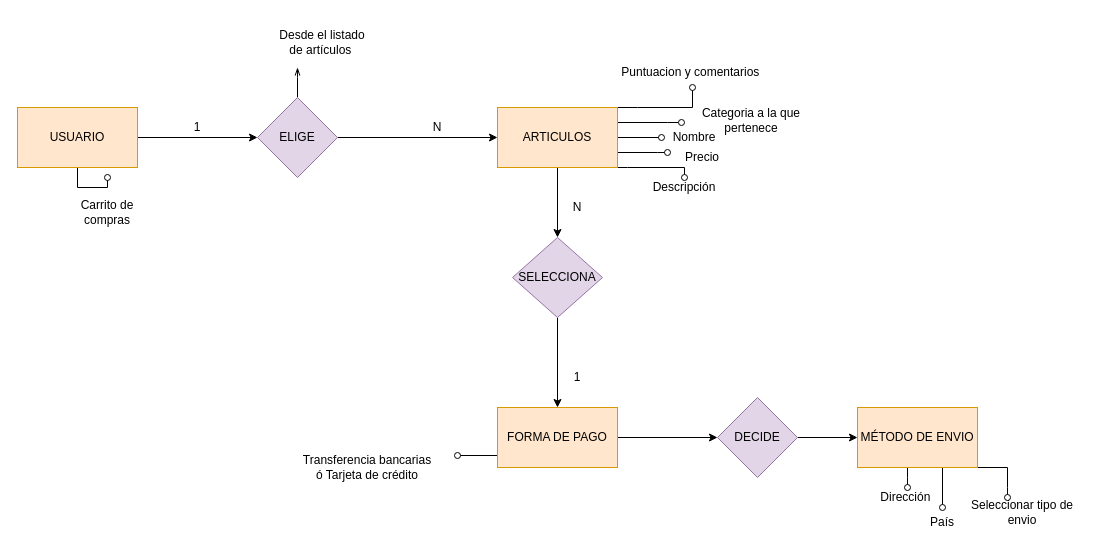
maytediaz98/trabajo-grupal keeps this draw.io diagram as Untitled Diagram.drawio. Above is the earlier version. Source tidied: cells renumbered, new cells numbered last; positions are measured from the earlier drawing's top-left corner, leaving out a move shared by most shapes. Both pictures are drawn from the tidied source at 100%, with x=0, y=0 at pixel (17, 17).
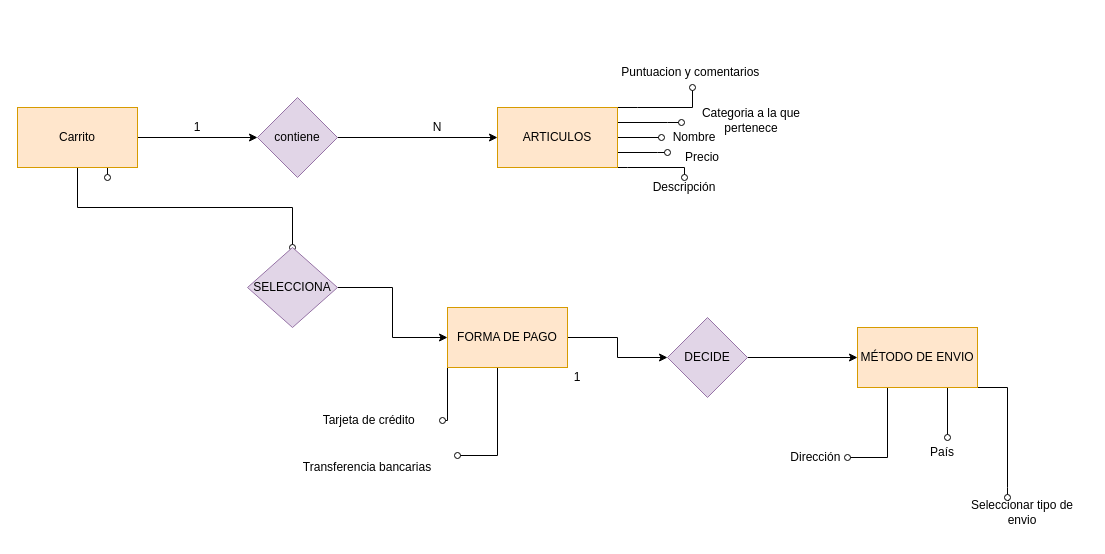
The same diagram, later.

Unchanged cells that the change refers to:
```xml
<mxCell id="14" value="ARTICULOS" style="whiteSpace=wrap;html=1;rounded=0;fillColor=#ffe6cc;strokeColor=#d79b00;" parent="1" vertex="1">
  <mxGeometry x="480" y="90" width="120" height="60" as="geometry" />
</mxCell>
```

The edit, as a diff of the source:
```diff
@@
-    <mxCell id="3" style="edgeStyle=orthogonalEdgeStyle;rounded=0;jettySize=auto;html=1;exitX=0.5;exitY=1;exitDx=0;exitDy=0;endArrow=oval;endFill=0;" parent="1" edge="1" source="4" target="31">
-      <mxGeometry relative="1" as="geometry" />
+    <mxCell id="3" style="edgeStyle=orthogonalEdgeStyle;rounded=0;jettySize=auto;html=1;exitX=0.5;exitY=1;exitDx=0;exitDy=0;endArrow=oval;endFill=0;" parent="1" edge="1" source="4">
+      <mxGeometry relative="1" as="geometry">
+        <mxPoint x="90" y="160" as="targetPoint" />
+      </mxGeometry>
     </mxCell>
+    <mxCell id="41" style="edgeStyle=orthogonalEdgeStyle;rounded=0;jettySize=auto;html=1;exitX=0.5;exitY=1;exitDx=0;exitDy=0;endArrow=oval;endFill=0;" parent="1" edge="1" source="4" target="16">
+      <mxGeometry relative="1" as="geometry" />
+    </mxCell>
-    <mxCell id="4" value="USUARIO" style="rounded=0;whiteSpace=wrap;html=1;fillColor=#ffe6cc;strokeColor=#d79b00;" parent="1" vertex="1">
+    <mxCell id="4" value="Carrito" style="rounded=0;whiteSpace=wrap;html=1;fillColor=#ffe6cc;strokeColor=#d79b00;" parent="1" vertex="1">
       <mxGeometry y="90" width="120" height="60" as="geometry" />
     </mxCell>
@@
-    <mxCell id="6" style="edgeStyle=orthogonalEdgeStyle;rounded=0;jettySize=auto;html=1;exitX=0.5;exitY=0;exitDx=0;exitDy=0;endArrow=openThin;endFill=0;" parent="1" edge="1" source="7" target="36">
-      <mxGeometry relative="1" as="geometry">
-        <Array as="points">
-          <mxPoint x="280" y="60" />
-          <mxPoint x="280" y="60" />
-        </Array>
-      </mxGeometry>
-    </mxCell>
-    <mxCell id="7" value="ELIGE" style="rhombus;whiteSpace=wrap;html=1;rounded=0;fillColor=#e1d5e7;strokeColor=#9673a6;" parent="1" vertex="1">
+    <mxCell id="7" value="contiene" style="rhombus;whiteSpace=wrap;html=1;rounded=0;fillColor=#e1d5e7;strokeColor=#9673a6;" parent="1" vertex="1">
       <mxGeometry x="240" y="80" width="80" height="80" as="geometry" />
     </mxCell>
-    <mxCell id="8" style="edgeStyle=orthogonalEdgeStyle;rounded=0;jettySize=auto;html=1;" parent="1" edge="1" source="14" target="16">
-      <mxGeometry relative="1" as="geometry" />
-    </mxCell>
@@
     <mxCell id="16" value="SELECCIONA&lt;br&gt;" style="rhombus;whiteSpace=wrap;html=1;rounded=0;fillColor=#e1d5e7;strokeColor=#9673a6;" parent="1" vertex="1">
-      <mxGeometry x="495" y="220" width="90" height="80" as="geometry" />
+      <mxGeometry x="230" y="230" width="90" height="80" as="geometry" />
     </mxCell>
@@
+    <mxCell id="42" style="edgeStyle=orthogonalEdgeStyle;rounded=0;jettySize=auto;html=1;exitX=0;exitY=0.25;exitDx=0;exitDy=0;endArrow=oval;endFill=0;" parent="1" edge="1" source="19" target="43">
+      <mxGeometry relative="1" as="geometry">
+        <Array as="points">
+          <mxPoint x="430" y="403" />
+        </Array>
+      </mxGeometry>
+    </mxCell>
     <mxCell id="19" value="FORMA DE PAGO" style="whiteSpace=wrap;html=1;rounded=0;fillColor=#ffe6cc;strokeColor=#d79b00;" parent="1" vertex="1">
-      <mxGeometry x="480" y="390" width="120" height="60" as="geometry" />
+      <mxGeometry x="430" y="290" width="120" height="60" as="geometry" />
     </mxCell>
@@
     <mxCell id="21" value="DECIDE" style="rhombus;whiteSpace=wrap;html=1;rounded=0;fillColor=#e1d5e7;strokeColor=#9673a6;" parent="1" vertex="1">
-      <mxGeometry x="700" y="380" width="80" height="80" as="geometry" />
+      <mxGeometry x="650" y="300" width="80" height="80" as="geometry" />
     </mxCell>
     <mxCell id="22" style="edgeStyle=orthogonalEdgeStyle;rounded=0;jettySize=auto;html=1;exitX=0.25;exitY=1;exitDx=0;exitDy=0;endArrow=oval;endFill=0;" parent="1" edge="1" source="25" target="33">
       <mxGeometry relative="1" as="geometry">
         <Array as="points">
-          <mxPoint x="890" y="460" />
-          <mxPoint x="890" y="460" />
+          <mxPoint x="870" y="440" />
         </Array>
       </mxGeometry>
     </mxCell>
@@
     <mxCell id="25" value="MÉTODO DE ENVIO" style="whiteSpace=wrap;html=1;rounded=0;fillColor=#ffe6cc;strokeColor=#d79b00;" parent="1" vertex="1">
-      <mxGeometry x="840" y="390" width="120" height="60" as="geometry" />
+      <mxGeometry x="840" y="310" width="120" height="60" as="geometry" />
     </mxCell>
@@
-    <mxCell id="31" value="Carrito de compras" style="text;html=1;strokeColor=none;fillColor=none;align=center;verticalAlign=middle;whiteSpace=wrap;rounded=0;" parent="1" vertex="1">
-      <mxGeometry x="40" y="160" width="100" height="70" as="geometry" />
-    </mxCell>
-    <mxCell id="32" value="Transferencia bancarias&lt;br&gt;ó Tarjeta de crédito" style="text;html=1;strokeColor=none;fillColor=none;align=center;verticalAlign=middle;whiteSpace=wrap;rounded=0;" parent="1" vertex="1">
+    <mxCell id="32" value="Transferencia bancarias&lt;br&gt;" style="text;html=1;strokeColor=none;fillColor=none;align=center;verticalAlign=middle;whiteSpace=wrap;rounded=0;" parent="1" vertex="1">
       <mxGeometry x="260" y="430" width="180" height="40" as="geometry" />
     </mxCell>
     <mxCell id="33" value="Dirección&amp;nbsp;" style="text;html=1;strokeColor=none;fillColor=none;align=center;verticalAlign=middle;whiteSpace=wrap;rounded=0;" parent="1" vertex="1">
-      <mxGeometry x="860" y="470" width="60" height="20" as="geometry" />
+      <mxGeometry x="770" y="430" width="60" height="20" as="geometry" />
     </mxCell>
     <mxCell id="34" value="País" style="text;html=1;strokeColor=none;fillColor=none;align=center;verticalAlign=middle;whiteSpace=wrap;rounded=0;" parent="1" vertex="1">
-      <mxGeometry x="900" y="490" width="50" height="30" as="geometry" />
+      <mxGeometry x="900" y="420" width="50" height="30" as="geometry" />
     </mxCell>
@@
-    <mxCell id="36" value="Desde el listado de artículos&amp;nbsp;" style="text;html=1;strokeColor=none;fillColor=none;align=center;verticalAlign=middle;whiteSpace=wrap;rounded=0;" parent="1" vertex="1">
-      <mxGeometry x="260" width="90" height="50" as="geometry" />
-    </mxCell>
@@
-    <mxCell id="39" value="N" style="text;html=1;strokeColor=none;fillColor=none;align=center;verticalAlign=middle;whiteSpace=wrap;rounded=0;" parent="1" vertex="1">
-      <mxGeometry x="540" y="180" width="40" height="20" as="geometry" />
-    </mxCell>
@@
+    <mxCell id="43" value="&amp;nbsp;Tarjeta de crédito" style="text;html=1;strokeColor=none;fillColor=none;align=center;verticalAlign=middle;whiteSpace=wrap;rounded=0;" parent="1" vertex="1">
+      <mxGeometry x="275" y="390" width="150" height="25" as="geometry" />
+    </mxCell>
```
